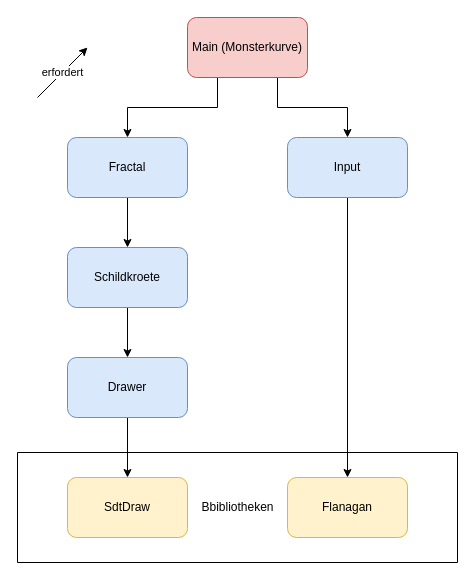
The draw.io diagram PortFolio/diagramme/modules.drawio in jonahsebright/EFI, before the edit. Source tidied: cells renumbered, new cells numbered last; positions are measured from the earlier drawing's top-left corner, leaving out a move shared by most shapes. Both pictures are drawn from the tidied source at 100%, with x=0, y=0 at pixel (17, 17).
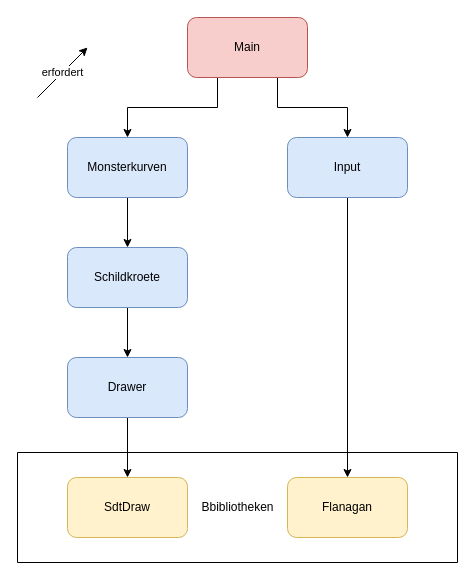
The same page after the edit.

What changed in the source:
```diff
@@
 <mxGraphModel>
   <root>
     <mxCell id="0" />
     <mxCell id="1" parent="0" />
     <mxCell id="2" style="edgeStyle=orthogonalEdgeStyle;rounded=0;jettySize=auto;html=1;" parent="1" edge="1" source="3" target="14">
       <mxGeometry relative="1" as="geometry" />
     </mxCell>
     <mxCell id="3" value="Schildkroete" style="rounded=1;whiteSpace=wrap;html=1;fillColor=#dae8fc;strokeColor=#6c8ebf;" parent="1" vertex="1">
       <mxGeometry x="50" y="230" width="120" height="60" as="geometry" />
     </mxCell>
     <mxCell id="4" style="edgeStyle=orthogonalEdgeStyle;rounded=0;jettySize=auto;html=1;entryX=0.5;entryY=0;entryDx=0;entryDy=0;exitX=0.25;exitY=1;exitDx=0;exitDy=0;" parent="1" edge="1" source="6" target="12">
       <mxGeometry relative="1" as="geometry" />
     </mxCell>
     <mxCell id="5" style="edgeStyle=orthogonalEdgeStyle;rounded=0;jettySize=auto;html=1;exitX=0.75;exitY=1;exitDx=0;exitDy=0;" parent="1" edge="1" source="6" target="8">
       <mxGeometry relative="1" as="geometry" />
     </mxCell>
-    <mxCell id="6" value="Main (Monsterkurve)" style="rounded=1;whiteSpace=wrap;html=1;fillColor=#f8cecc;strokeColor=#b85450;" parent="1" vertex="1">
+    <mxCell id="6" value="Main" style="rounded=1;whiteSpace=wrap;html=1;fillColor=#f8cecc;strokeColor=#b85450;" parent="1" vertex="1">
       <mxGeometry x="170" width="120" height="60" as="geometry" />
     </mxCell>
     <mxCell id="7" style="edgeStyle=orthogonalEdgeStyle;rounded=0;jettySize=auto;html=1;exitX=0.556;exitY=1;exitDx=0;exitDy=0;exitPerimeter=0;" parent="1" edge="1" source="8">
       <mxGeometry relative="1" as="geometry">
         <mxPoint x="330" y="460" as="targetPoint" />
         <Array as="points">
           <mxPoint x="330" y="180" />
         </Array>
       </mxGeometry>
     </mxCell>
     <mxCell id="8" value="Input" style="rounded=1;whiteSpace=wrap;html=1;fillColor=#dae8fc;strokeColor=#6c8ebf;" parent="1" vertex="1">
       <mxGeometry x="270" y="120" width="120" height="60" as="geometry" />
     </mxCell>
     <mxCell id="9" value="SdtDraw" style="rounded=1;whiteSpace=wrap;html=1;fillColor=#fff2cc;strokeColor=#d6b656;" parent="1" vertex="1">
       <mxGeometry x="50" y="460" width="120" height="60" as="geometry" />
     </mxCell>
     <mxCell id="10" value="Flanagan" style="rounded=1;whiteSpace=wrap;html=1;fillColor=#fff2cc;strokeColor=#d6b656;" parent="1" vertex="1">
       <mxGeometry x="270" y="460" width="120" height="60" as="geometry" />
     </mxCell>
     <mxCell id="11" style="edgeStyle=orthogonalEdgeStyle;rounded=0;jettySize=auto;html=1;" parent="1" edge="1" source="12" target="3">
       <mxGeometry relative="1" as="geometry" />
     </mxCell>
-    <mxCell id="12" value="Fractal" style="rounded=1;whiteSpace=wrap;html=1;fillColor=#dae8fc;strokeColor=#6c8ebf;" parent="1" vertex="1">
+    <mxCell id="12" value="Monsterkurven" style="rounded=1;whiteSpace=wrap;html=1;fillColor=#dae8fc;strokeColor=#6c8ebf;" parent="1" vertex="1">
       <mxGeometry x="50" y="120" width="120" height="60" as="geometry" />
     </mxCell>
     <mxCell id="13" style="edgeStyle=orthogonalEdgeStyle;rounded=0;jettySize=auto;html=1;" parent="1" edge="1" source="14" target="9">
       <mxGeometry relative="1" as="geometry" />
     </mxCell>
     <mxCell id="14" value="Drawer" style="rounded=1;whiteSpace=wrap;html=1;glass=0;fillColor=#dae8fc;strokeColor=#6c8ebf;" parent="1" vertex="1">
       <mxGeometry x="50" y="340" width="120" height="60" as="geometry" />
     </mxCell>
     <mxCell id="15" value="Bbibliotheken" style="verticalLabelPosition=middle;verticalAlign=middle;html=1;shape=mxgraph.basic.rect;fillColor2=none;strokeWidth=1;size=20;indent=5;glass=0;fillColor=none;labelPosition=center;align=center;" parent="1" vertex="1">
       <mxGeometry y="435" width="440" height="110" as="geometry" />
     </mxCell>
     <mxCell id="16" value="erfordert" style="endArrow=classic;html=1;" parent="1" edge="1">
       <mxGeometry relative="1" as="geometry">
         <mxPoint x="20" y="80" as="sourcePoint" />
         <mxPoint x="70" y="30" as="targetPoint" />
       </mxGeometry>
     </mxCell>
   </root>
 </mxGraphModel>
```
